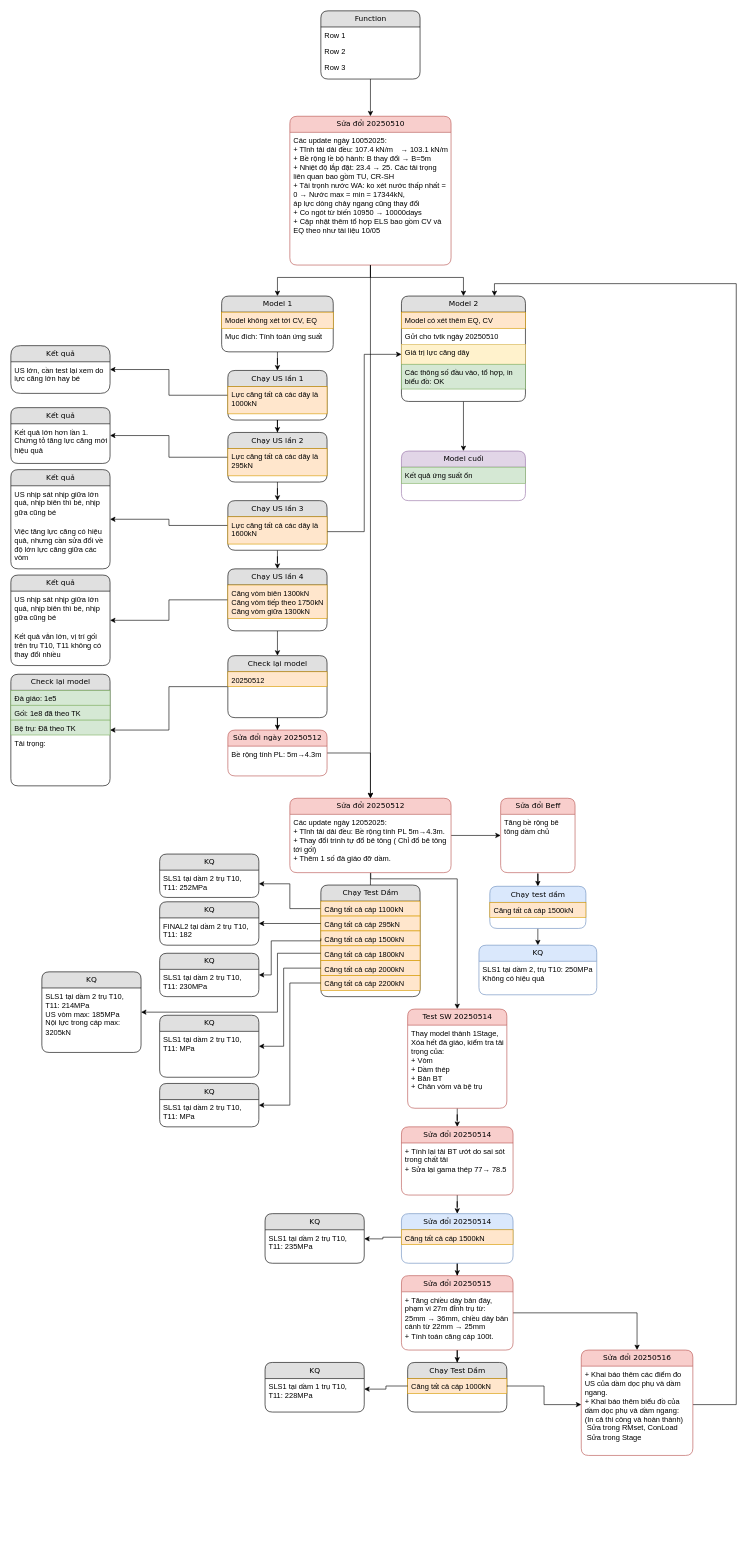
This is An Dong Br/Process.drawio from nnh92/Home-Works, a draw.io file, before an edit. Source tidied: cells renumbered, new cells numbered last; positions are measured from the earlier drawing's top-left corner, leaving out a move shared by most shapes. Both pictures are drawn from the tidied source at 62%, with x=0, y=0 at pixel (11, 11).
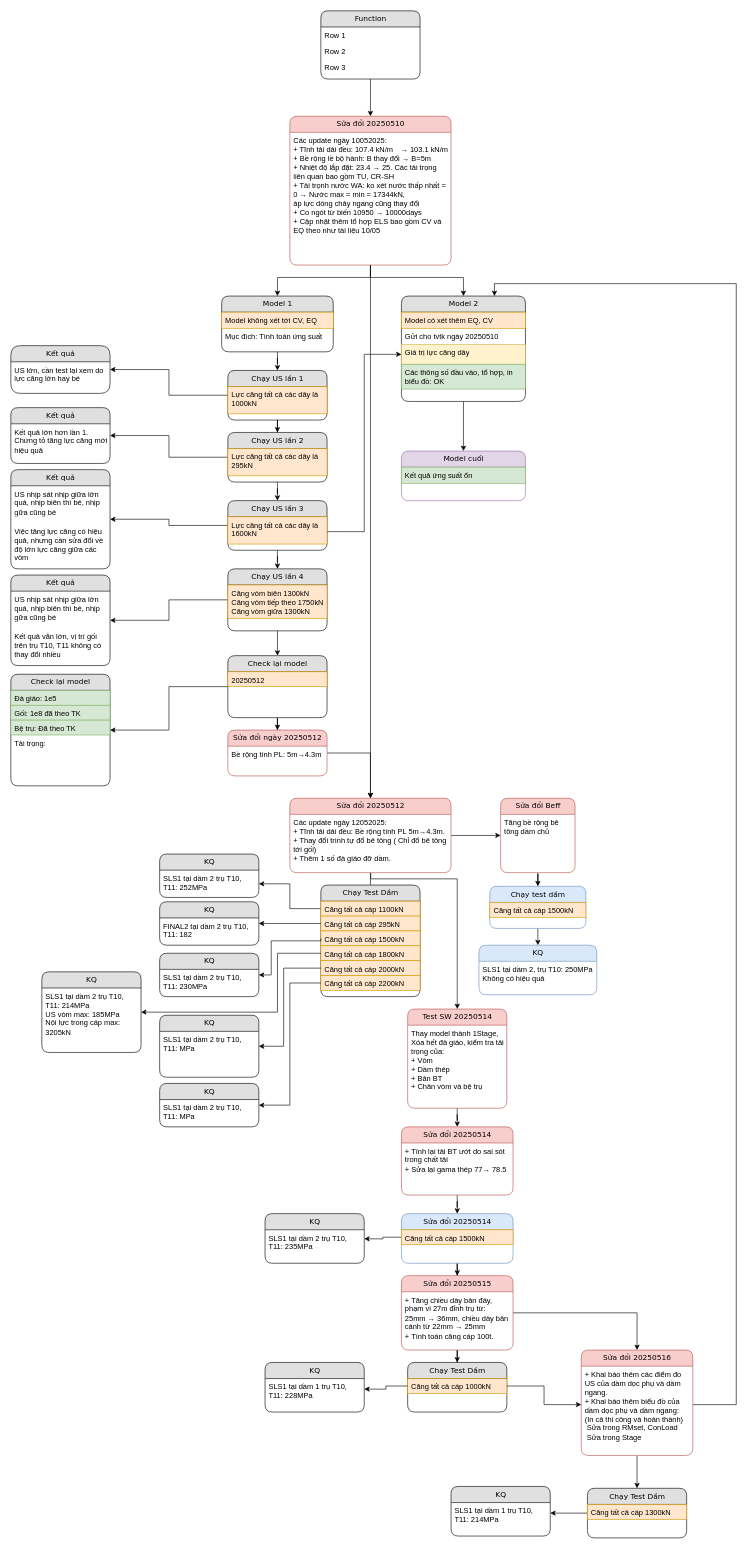
Above is the later version.

Commit message:
Cập nhật Process.drawio

Unchanged cells that the change refers to:
```xml
<mxCell id="123" value="Sửa đổi 20250516" style="swimlane;html=1;fontStyle=0;horizontal=1;startSize=26;fillColor=#f8cecc;swimlaneFillColor=#ffffff;align=center;rounded=1;shadow=0;comic=0;labelBackgroundColor=none;strokeWidth=1;fontFamily=Verdana;fontSize=12;strokeColor=#b85450;" parent="1" vertex="1">
  <mxGeometry x="920" y="2160" width="180" height="170" as="geometry" />
</mxCell>
```

The edit, as a diff of the source:
```diff
@@
+    <mxCell id="126" style="edgeStyle=orthogonalEdgeStyle;rounded=0;jettySize=auto;html=1;entryX=0.5;entryY=0;entryDx=0;entryDy=0;" parent="1" edge="1" source="123" target="128">
+      <mxGeometry relative="1" as="geometry" />
+    </mxCell>
@@
+    <mxCell id="127" style="edgeStyle=orthogonalEdgeStyle;rounded=0;jettySize=auto;html=1;" parent="1" edge="1" source="128" target="131">
+      <mxGeometry relative="1" as="geometry" />
+    </mxCell>
+    <mxCell id="128" value="Chạy Test Dầm" style="swimlane;html=1;fontStyle=0;horizontal=1;startSize=26;fillColor=#e0e0e0;swimlaneFillColor=#ffffff;align=center;rounded=1;shadow=0;comic=0;labelBackgroundColor=none;strokeWidth=1;fontFamily=Verdana;fontSize=12;" parent="1" vertex="1">
+      <mxGeometry x="930" y="2383" width="160" height="80" as="geometry" />
+    </mxCell>
+    <mxCell id="129" value="Căng tất cả cáp 1300kN" style="text;html=1;strokeColor=#d79b00;fillColor=#ffe6cc;spacingLeft=4;spacingRight=4;whiteSpace=wrap;overflow=hidden;" parent="128" vertex="1">
+      <mxGeometry y="26" width="160" height="24" as="geometry" />
+    </mxCell>
+    <mxCell id="130" value="KQ" style="swimlane;html=1;fontStyle=0;horizontal=1;startSize=26;fillColor=#e0e0e0;swimlaneFillColor=#ffffff;align=center;rounded=1;shadow=0;comic=0;labelBackgroundColor=none;strokeWidth=1;fontFamily=Verdana;fontSize=12;" parent="1" vertex="1">
+      <mxGeometry x="710" y="2380" width="160" height="80" as="geometry" />
+    </mxCell>
+    <mxCell id="131" value="SLS1 tại dầm 1 trụ T10, T11: 214MPa" style="text;html=1;spacingLeft=4;spacingRight=4;whiteSpace=wrap;overflow=hidden;points=[[0,0.5],[1,0.5]];portConstraint=eastwest;" parent="130" vertex="1">
+      <mxGeometry y="26" width="160" height="34" as="geometry" />
+    </mxCell>
```
